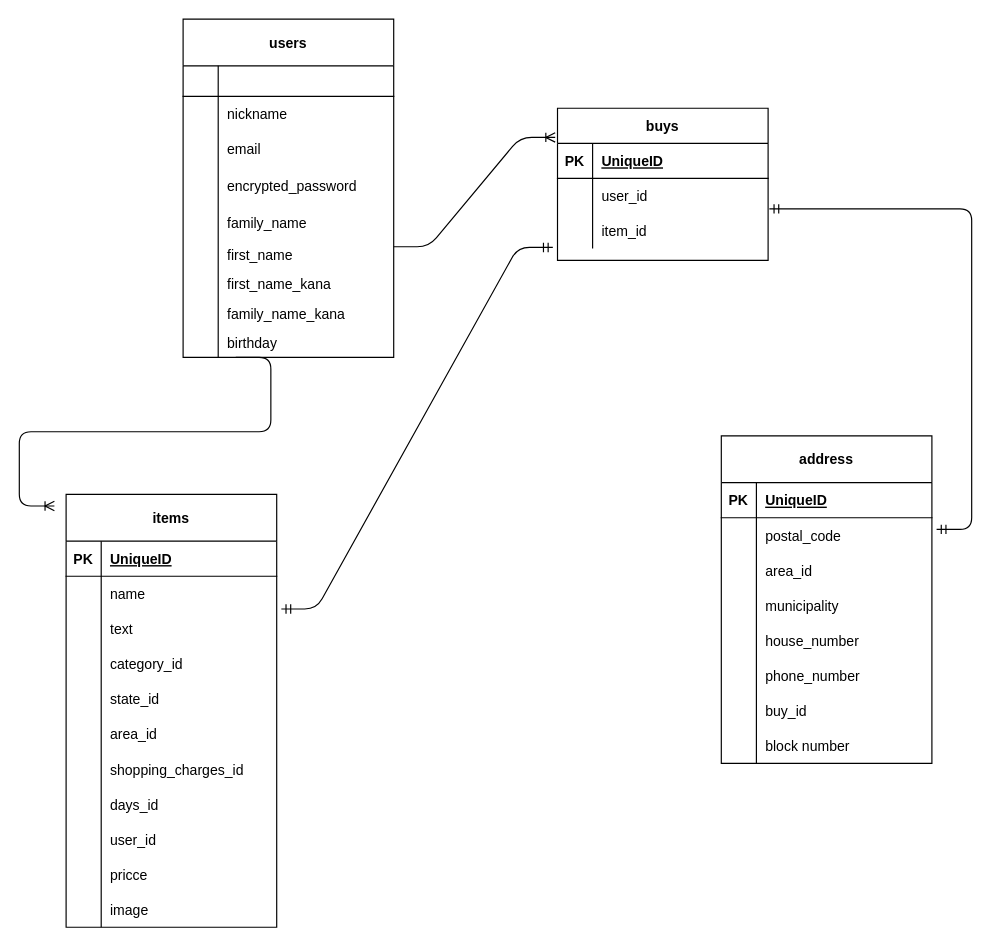
This is test.dio from noah1216/furima-33511, a draw.io file, before an edit. Source tidied: cells renumbered, new cells numbered last; positions are measured from the earlier drawing's top-left corner, leaving out a move shared by most shapes. Both pictures are drawn from the tidied source at 117%, with x=0, y=0 at pixel (54, 19).
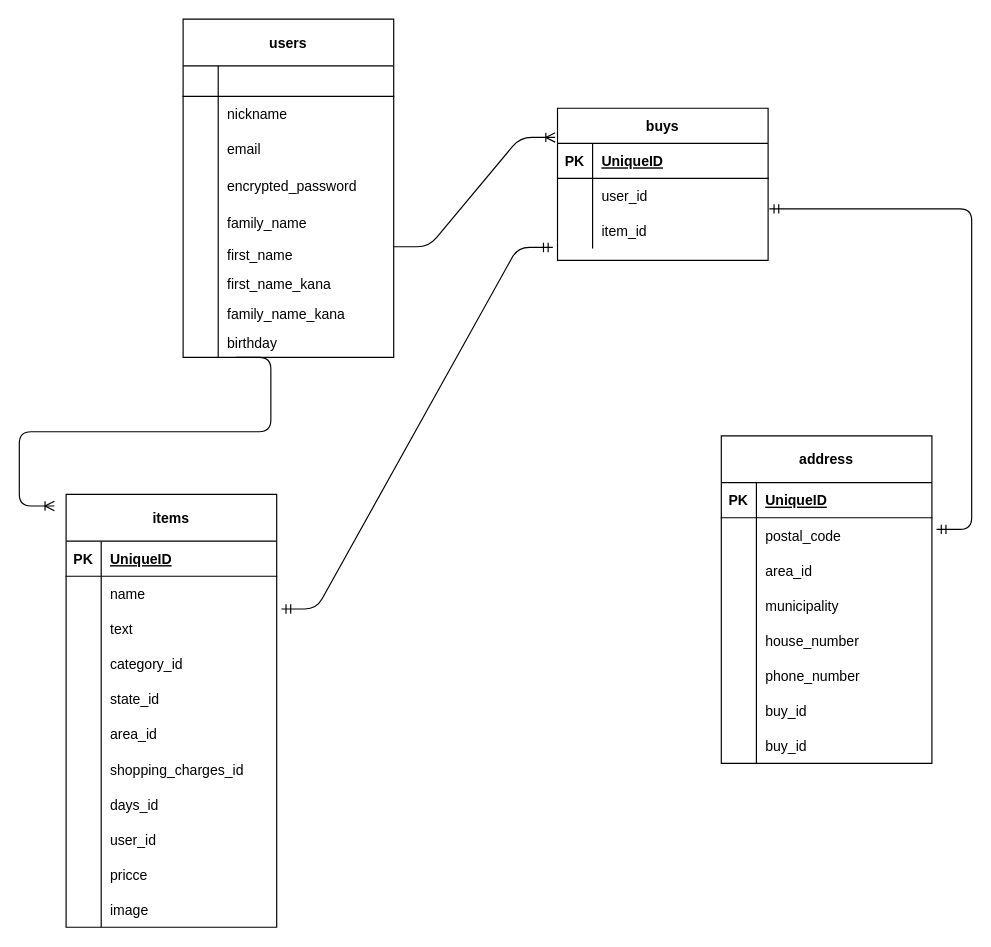
The same page after the edit.

The change refers to these unchanged cells:
```xml
<mxCell id="24" style="shape=partialRectangle;fillColor=none;top=0;left=0;bottom=0;right=0;" parent="2" vertex="1">
  <mxGeometry y="250" width="180" height="30" as="geometry" />
</mxCell>
```

What changed in the source:
```diff
@@
-    <mxCell id="26" value="block number" style="shape=partialRectangle;fillColor=none;top=0;left=0;bottom=0;right=0;align=left;spacingLeft=6;overflow=hidden;" parent="24" vertex="1">
+    <mxCell id="26" value="buy_id" style="shape=partialRectangle;fillColor=none;top=0;left=0;bottom=0;right=0;align=left;spacingLeft=6;overflow=hidden;" parent="24" vertex="1">
       <mxGeometry x="30" width="150" height="30" as="geometry" />
     </mxCell>
```
